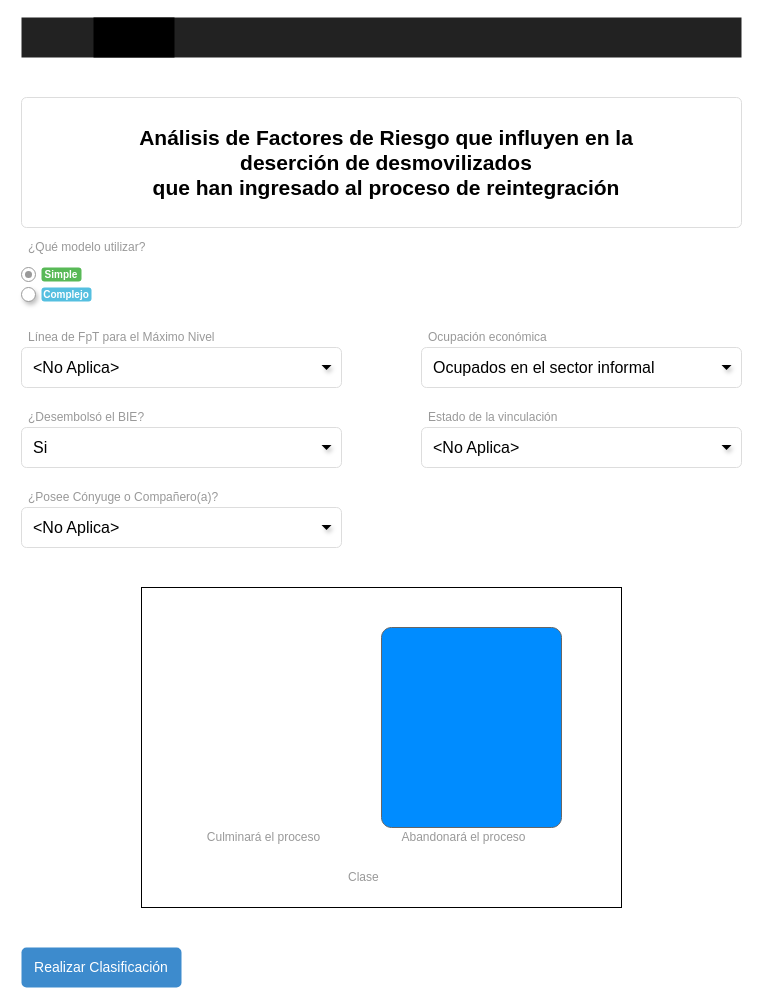
Before: page "Simple" (1 of 2) of mockups/MAIA Proyecto Desarrollo - Mockups UI.drawio in ojcastaneda/Proyecto-Desarrollo-de-Soluciones, a draw.io diagram. Source tidied: cells renumbered, new cells numbered last; positions are measured from the earlier drawing's top-left corner, leaving out a move shared by most shapes. Both pictures are drawn from the tidied source at 100%, with x=0, y=0 at pixel (21, 17).
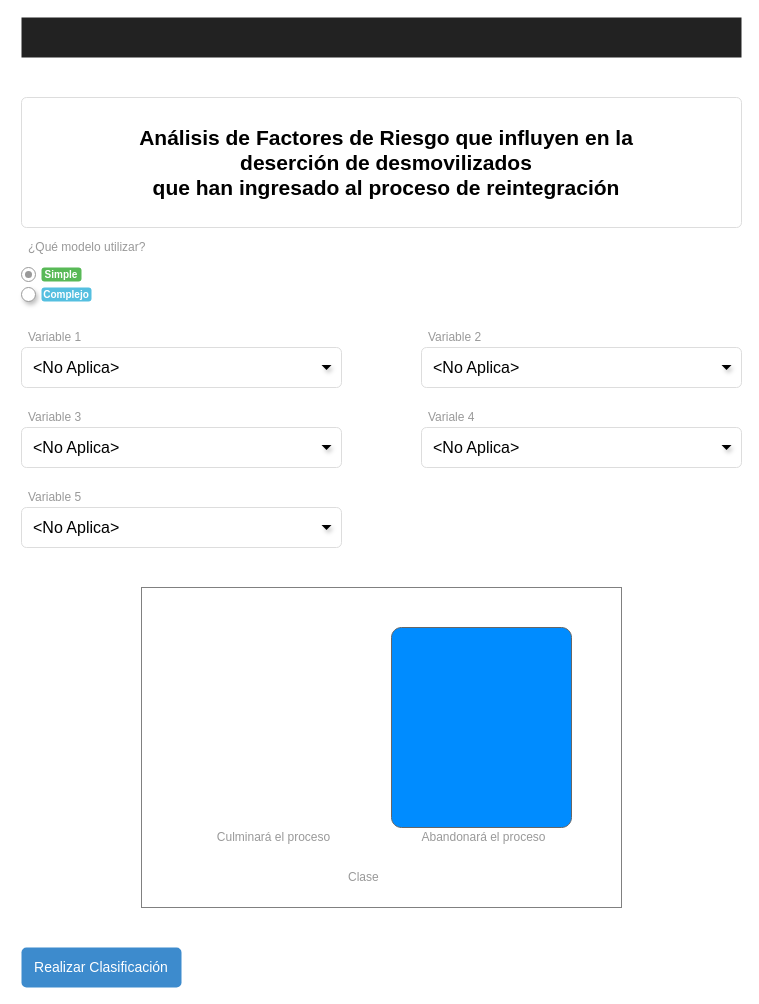
After the change.

Unchanged cells that the change refers to:
```xml
<mxCell id="2" style="html=1;shadow=0;dashed=0;shape=mxgraph.bootstrap.rect;fillColor=#222222;strokeColor=none;whiteSpace=wrap;rounded=0;fontSize=12;fontColor=#000000;align=center;" parent="1" vertex="1">
  <mxGeometry width="720" height="40" as="geometry" />
</mxCell>
```

Diff of the diagram source:
```diff
@@
-    <mxCell id="3" style="html=1;shadow=0;dashed=0;shape=mxgraph.bootstrap.rect;fillColor=#000000;strokeColor=none;fontColor=#ffffff;spacingRight=30;whiteSpace=wrap;" parent="2" vertex="1">
-      <mxGeometry x="72" width="81" height="40" as="geometry" />
-    </mxCell>
@@
-    <mxCell id="6" value="Línea de FpT para el Máximo Nivel" style="html=1;shadow=0;dashed=0;shape=mxgraph.bootstrap.rect;strokeColor=none;fillColor=none;fontColor=#999999;align=left;spacingLeft=5;whiteSpace=wrap;rounded=0;" parent="1" vertex="1">
+    <mxCell id="6" value="Variable 1" style="html=1;shadow=0;dashed=0;shape=mxgraph.bootstrap.rect;strokeColor=none;fillColor=none;fontColor=#999999;align=left;spacingLeft=5;whiteSpace=wrap;rounded=0;" parent="1" vertex="1">
       <mxGeometry y="310" width="240" height="20" as="geometry" />
     </mxCell>
@@
-    <mxCell id="14" value="¿Desembolsó el BIE?" style="html=1;shadow=0;dashed=0;shape=mxgraph.bootstrap.rect;strokeColor=none;fillColor=none;fontColor=#999999;align=left;spacingLeft=5;whiteSpace=wrap;rounded=0;" parent="1" vertex="1">
+    <mxCell id="14" value="Variable 3" style="html=1;shadow=0;dashed=0;shape=mxgraph.bootstrap.rect;strokeColor=none;fillColor=none;fontColor=#999999;align=left;spacingLeft=5;whiteSpace=wrap;rounded=0;" parent="1" vertex="1">
       <mxGeometry y="390" width="240" height="20" as="geometry" />
     </mxCell>
-    <mxCell id="15" value="Si" style="html=1;shadow=0;dashed=0;shape=mxgraph.bootstrap.rrect;rSize=5;strokeColor=#dddddd;align=left;spacingLeft=10;fontSize=16;whiteSpace=wrap;rounded=0;" parent="1" vertex="1">
+    <mxCell id="15" value="&amp;lt;No Aplica&amp;gt;" style="html=1;shadow=0;dashed=0;shape=mxgraph.bootstrap.rrect;rSize=5;strokeColor=#dddddd;align=left;spacingLeft=10;fontSize=16;whiteSpace=wrap;rounded=0;" parent="1" vertex="1">
       <mxGeometry y="410" width="320" height="40" as="geometry" />
     </mxCell>
@@
-    <mxCell id="17" value="¿Posee Cónyuge o Compañero(a)?" style="html=1;shadow=0;dashed=0;shape=mxgraph.bootstrap.rect;strokeColor=none;fillColor=none;fontColor=#999999;align=left;spacingLeft=5;whiteSpace=wrap;rounded=0;" parent="1" vertex="1">
+    <mxCell id="17" value="Variable 5" style="html=1;shadow=0;dashed=0;shape=mxgraph.bootstrap.rect;strokeColor=none;fillColor=none;fontColor=#999999;align=left;spacingLeft=5;whiteSpace=wrap;rounded=0;" parent="1" vertex="1">
       <mxGeometry y="470" width="240" height="20" as="geometry" />
     </mxCell>
@@
-    <mxCell id="20" value="Ocupación económica" style="html=1;shadow=0;dashed=0;shape=mxgraph.bootstrap.rect;strokeColor=none;fillColor=none;fontColor=#999999;align=left;spacingLeft=5;whiteSpace=wrap;rounded=0;" parent="1" vertex="1">
+    <mxCell id="20" value="Variable 2" style="html=1;shadow=0;dashed=0;shape=mxgraph.bootstrap.rect;strokeColor=none;fillColor=none;fontColor=#999999;align=left;spacingLeft=5;whiteSpace=wrap;rounded=0;" parent="1" vertex="1">
       <mxGeometry x="400" y="310" width="220" height="20" as="geometry" />
     </mxCell>
-    <mxCell id="21" value="Ocupados en el sector informal" style="html=1;shadow=0;dashed=0;shape=mxgraph.bootstrap.rrect;rSize=5;strokeColor=#dddddd;align=left;spacingLeft=10;fontSize=16;whiteSpace=wrap;rounded=0;" parent="1" vertex="1">
+    <mxCell id="21" value="&amp;lt;No Aplica&amp;gt;" style="html=1;shadow=0;dashed=0;shape=mxgraph.bootstrap.rrect;rSize=5;strokeColor=#dddddd;align=left;spacingLeft=10;fontSize=16;whiteSpace=wrap;rounded=0;" parent="1" vertex="1">
       <mxGeometry x="400" y="330" width="320" height="40" as="geometry" />
     </mxCell>
@@
-    <mxCell id="23" value="Estado de la vinculación" style="html=1;shadow=0;dashed=0;shape=mxgraph.bootstrap.rect;strokeColor=none;fillColor=none;fontColor=#999999;align=left;spacingLeft=5;whiteSpace=wrap;rounded=0;" parent="1" vertex="1">
+    <mxCell id="23" value="Variale 4" style="html=1;shadow=0;dashed=0;shape=mxgraph.bootstrap.rect;strokeColor=none;fillColor=none;fontColor=#999999;align=left;spacingLeft=5;whiteSpace=wrap;rounded=0;" parent="1" vertex="1">
       <mxGeometry x="400" y="390" width="220" height="20" as="geometry" />
     </mxCell>
@@
-    <mxCell id="26" style="rounded=0;whiteSpace=wrap;html=1;" parent="1" vertex="1">
+    <mxCell id="26" style="rounded=0;whiteSpace=wrap;html=1;strokeColor=#808080;" parent="1" vertex="1">
       <mxGeometry x="120" y="570" width="480" height="320" as="geometry" />
     </mxCell>
     <mxCell id="27" style="strokeWidth=1;shadow=0;dashed=0;align=center;html=1;shape=mxgraph.mockup.buttons.multiButton;fillColor=#008cff;strokeColor=#666666;mainText=;subText=;fontSize=13;fontColor=#0066CC;" parent="1" vertex="1">
-      <mxGeometry x="360" y="610" width="180" height="200" as="geometry" />
+      <mxGeometry x="370" y="610" width="180" height="200" as="geometry" />
     </mxCell>
@@
     <mxCell id="30" value="Abandonará el proceso" style="html=1;shadow=0;dashed=0;shape=mxgraph.bootstrap.rect;strokeColor=none;fillColor=none;fontColor=#999999;align=center;spacingLeft=5;whiteSpace=wrap;rounded=0;" parent="1" vertex="1">
-      <mxGeometry x="360" y="810" width="160" height="20" as="geometry" />
+      <mxGeometry x="370" y="810" width="180" height="20" as="geometry" />
     </mxCell>
     <mxCell id="31" value="Culminará el proceso" style="html=1;shadow=0;dashed=0;shape=mxgraph.bootstrap.rect;strokeColor=none;fillColor=none;fontColor=#999999;align=center;spacingLeft=5;whiteSpace=wrap;rounded=0;" parent="1" vertex="1">
-      <mxGeometry x="160" y="810" width="160" height="20" as="geometry" />
+      <mxGeometry x="160" y="810" width="180" height="20" as="geometry" />
     </mxCell>
```
